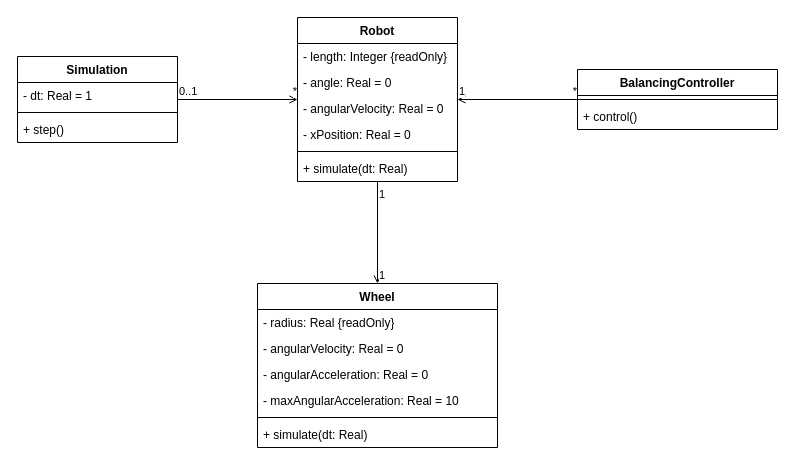
Earlier version of the draw.io diagram Diagrams/Class Diagram.drawio (highestPACE/balance-avoidance-simulator). Source tidied: cells renumbered, new cells numbered last; positions are measured from the earlier drawing's top-left corner, leaving out a move shared by most shapes. Both pictures are drawn from the tidied source at 100%, with x=0, y=0 at pixel (17, 17).
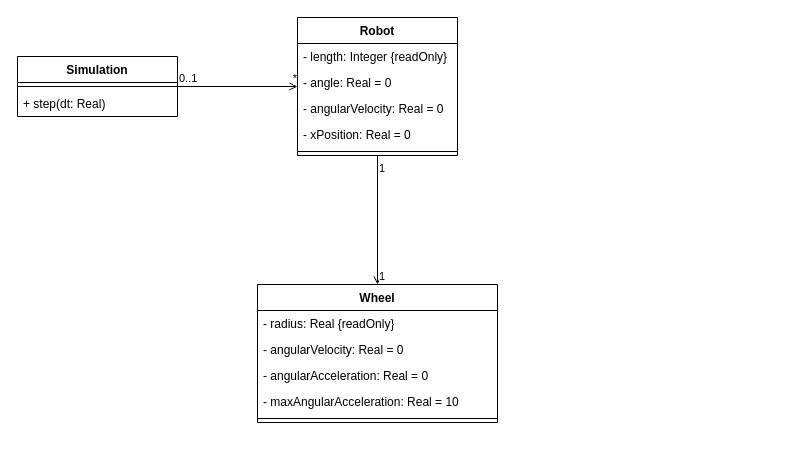
Above is the later version.

Commit message (it also covers changes not shown here):
Refactoring: Simulation now calculates the physics and controls the BalancingController

Diff of the diagram source:
```diff
@@
     <mxCell id="2" value="Robot" style="swimlane;fontStyle=1;align=center;verticalAlign=top;horizontal=1;startSize=26;whiteSpace=wrap;html=1;" parent="1" vertex="1">
-      <mxGeometry x="280" width="160" height="164" as="geometry" />
+      <mxGeometry x="280" width="160" height="138" as="geometry" />
     </mxCell>
@@
-    <mxCell id="8" value="+ simulate(dt: Real)" style="text;strokeColor=none;fillColor=none;align=left;verticalAlign=top;spacingLeft=4;spacingRight=4;overflow=hidden;whiteSpace=wrap;html=1;" parent="2" vertex="1">
-      <mxGeometry y="138" width="160" height="26" as="geometry" />
-    </mxCell>
     <mxCell id="9" value="Simulation" style="swimlane;fontStyle=1;align=center;verticalAlign=top;horizontal=1;startSize=26;whiteSpace=wrap;html=1;" parent="1" vertex="1">
-      <mxGeometry y="39" width="160" height="86" as="geometry" />
+      <mxGeometry y="39" width="160" height="60" as="geometry" />
     </mxCell>
-    <mxCell id="10" value="- dt: Real = 1" style="text;strokeColor=none;fillColor=none;align=left;verticalAlign=top;spacingLeft=4;spacingRight=4;overflow=hidden;whiteSpace=wrap;html=1;" parent="9" vertex="1">
-      <mxGeometry y="26" width="160" height="26" as="geometry" />
-    </mxCell>
     <mxCell id="11" style="line;strokeWidth=1;fillColor=none;align=left;verticalAlign=middle;spacingTop=-1;spacingLeft=3;spacingRight=3;labelPosition=right;strokeColor=inherit;" parent="9" vertex="1">
-      <mxGeometry y="52" width="160" height="8" as="geometry" />
+      <mxGeometry y="26" width="160" height="8" as="geometry" />
     </mxCell>
-    <mxCell id="12" value="+ step()" style="text;strokeColor=none;fillColor=none;align=left;verticalAlign=top;spacingLeft=4;spacingRight=4;overflow=hidden;whiteSpace=wrap;html=1;" parent="9" vertex="1">
-      <mxGeometry y="60" width="160" height="26" as="geometry" />
+    <mxCell id="12" value="+ step(dt: Real)" style="text;strokeColor=none;fillColor=none;align=left;verticalAlign=top;spacingLeft=4;spacingRight=4;overflow=hidden;whiteSpace=wrap;html=1;" parent="9" vertex="1">
+      <mxGeometry y="34" width="160" height="26" as="geometry" />
     </mxCell>
@@
     <mxCell id="16" value="Wheel" style="swimlane;fontStyle=1;align=center;verticalAlign=top;horizontal=1;startSize=26;whiteSpace=wrap;html=1;" parent="1" vertex="1">
-      <mxGeometry x="240" y="266" width="240" height="164" as="geometry" />
+      <mxGeometry x="240" y="267" width="240" height="138" as="geometry" />
     </mxCell>
@@
-    <mxCell id="22" value="+ simulate(dt: Real)" style="text;strokeColor=none;fillColor=none;align=left;verticalAlign=top;spacingLeft=4;spacingRight=4;overflow=hidden;whiteSpace=wrap;html=1;" parent="16" vertex="1">
-      <mxGeometry y="138" width="240" height="26" as="geometry" />
-    </mxCell>
@@
-    <mxCell id="26" value="BalancingController" style="swimlane;fontStyle=1;align=center;verticalAlign=top;horizontal=1;startSize=26;whiteSpace=wrap;html=1;" parent="1" vertex="1">
-      <mxGeometry x="560" y="52" width="200" height="60" as="geometry" />
-    </mxCell>
-    <mxCell id="27" style="line;strokeWidth=1;fillColor=none;align=left;verticalAlign=middle;spacingTop=-1;spacingLeft=3;spacingRight=3;labelPosition=right;strokeColor=inherit;" parent="26" vertex="1">
-      <mxGeometry y="26" width="200" height="8" as="geometry" />
-    </mxCell>
-    <mxCell id="28" value="+ control()" style="text;strokeColor=none;fillColor=none;align=left;verticalAlign=top;spacingLeft=4;spacingRight=4;overflow=hidden;whiteSpace=wrap;html=1;" parent="26" vertex="1">
-      <mxGeometry y="34" width="200" height="26" as="geometry" />
-    </mxCell>
-    <mxCell id="29" style="endArrow=open;html=1;edgeStyle=orthogonalEdgeStyle;rounded=0;endFill=0;" parent="1" edge="1" source="26" target="2">
-      <mxGeometry relative="1" as="geometry" />
-    </mxCell>
-    <mxCell id="30" value="*" style="edgeLabel;html=1;align=right;verticalAlign=bottom;" parent="29" vertex="1">
-      <mxGeometry x="-1" relative="1" as="geometry" />
-    </mxCell>
-    <mxCell id="31" value="1" style="edgeLabel;html=1;align=left;verticalAlign=bottom;" parent="29" vertex="1">
-      <mxGeometry x="1" relative="1" as="geometry" />
-    </mxCell>
```
